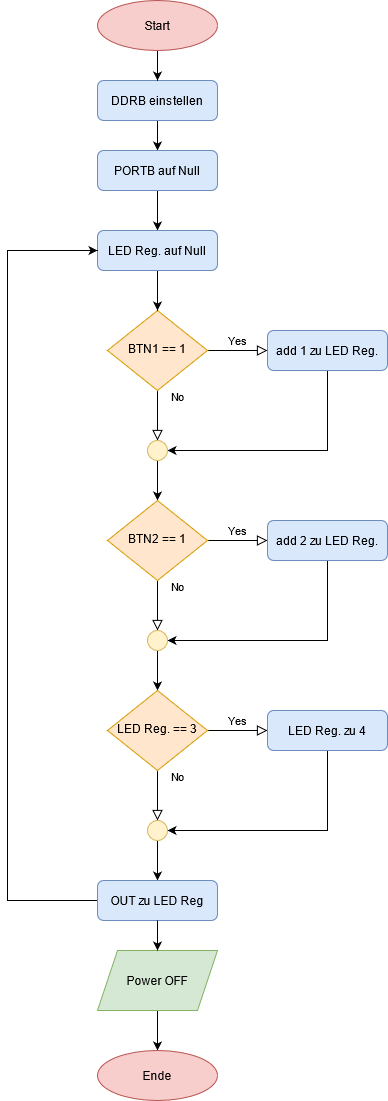
This is Lab1Auf2/screenshots/flowChart.png from ljelschen/mct-AVR, a draw.io export, as it was before one commit. Source tidied: cells renumbered, new cells last; positions are measured from the earlier drawing's top-left corner, leaving out a move shared by most shapes. Source of this version:
```xml
<mxGraphModel>
  <root>
    <mxCell id="0" />
    <mxCell id="1" parent="0" />
    <mxCell id="2" value="No" style="rounded=0;html=1;jettySize=auto;fontSize=11;endArrow=block;endFill=0;endSize=8;strokeWidth=1;shadow=0;labelBackgroundColor=none;edgeStyle=orthogonalEdgeStyle;" parent="1" edge="1" source="4">
      <mxGeometry x="-0.76" y="20" relative="1" as="geometry">
        <mxPoint x="150" y="440" as="targetPoint" />
      </mxGeometry>
    </mxCell>
    <mxCell id="3" value="&lt;div&gt;Yes&lt;/div&gt;" style="edgeStyle=orthogonalEdgeStyle;rounded=0;html=1;jettySize=auto;fontSize=11;endArrow=block;endFill=0;endSize=8;strokeWidth=1;shadow=0;labelBackgroundColor=none;" parent="1" edge="1" source="4" target="6">
      <mxGeometry y="10" relative="1" as="geometry" />
    </mxCell>
    <mxCell id="4" value="BTN1 == 1" style="rhombus;whiteSpace=wrap;html=1;shadow=0;fontFamily=Helvetica;fontSize=12;align=center;strokeWidth=1;spacing=6;spacingTop=-4;fillColor=#ffe6cc;strokeColor=#d79b00;" parent="1" vertex="1">
      <mxGeometry x="100" y="310" width="100" height="80" as="geometry" />
    </mxCell>
    <mxCell id="5" style="edgeStyle=orthogonalEdgeStyle;rounded=0;jettySize=auto;html=1;exitX=0.5;exitY=1;exitDx=0;exitDy=0;entryX=1;entryY=0.5;entryDx=0;entryDy=0;" parent="1" edge="1" source="6" target="16">
      <mxGeometry relative="1" as="geometry" />
    </mxCell>
    <mxCell id="6" value="add 1 zu LED Reg." style="rounded=1;whiteSpace=wrap;html=1;fontSize=12;glass=0;strokeWidth=1;shadow=0;fillColor=#dae8fc;strokeColor=#6c8ebf;" parent="1" vertex="1">
      <mxGeometry x="260" y="330" width="120" height="40" as="geometry" />
    </mxCell>
    <mxCell id="7" style="edgeStyle=orthogonalEdgeStyle;rounded=0;jettySize=auto;html=1;entryX=0.5;entryY=0;entryDx=0;entryDy=0;" parent="1" edge="1" source="8" target="10">
      <mxGeometry relative="1" as="geometry" />
    </mxCell>
    <mxCell id="8" value="DDRB einstellen" style="rounded=1;whiteSpace=wrap;html=1;fontSize=12;glass=0;strokeWidth=1;shadow=0;fillColor=#dae8fc;strokeColor=#6c8ebf;" parent="1" vertex="1">
      <mxGeometry x="90" y="80" width="120" height="40" as="geometry" />
    </mxCell>
    <mxCell id="9" style="edgeStyle=orthogonalEdgeStyle;rounded=0;jettySize=auto;html=1;" parent="1" edge="1" source="10" target="12">
      <mxGeometry relative="1" as="geometry" />
    </mxCell>
    <mxCell id="10" value="PORTB auf Null" style="rounded=1;whiteSpace=wrap;html=1;fontSize=12;glass=0;strokeWidth=1;shadow=0;fillColor=#dae8fc;strokeColor=#6c8ebf;" parent="1" vertex="1">
      <mxGeometry x="90" y="150" width="120" height="40" as="geometry" />
    </mxCell>
    <mxCell id="11" style="edgeStyle=orthogonalEdgeStyle;rounded=0;jettySize=auto;html=1;" parent="1" edge="1" source="12" target="4">
      <mxGeometry relative="1" as="geometry" />
    </mxCell>
    <mxCell id="12" value="LED Reg. auf Null" style="rounded=1;whiteSpace=wrap;html=1;fontSize=12;glass=0;strokeWidth=1;shadow=0;fillColor=#dae8fc;strokeColor=#6c8ebf;" parent="1" vertex="1">
      <mxGeometry x="90" y="230" width="120" height="40" as="geometry" />
    </mxCell>
    <mxCell id="13" style="edgeStyle=orthogonalEdgeStyle;rounded=0;jettySize=auto;html=1;entryX=0.5;entryY=0;entryDx=0;entryDy=0;" parent="1" edge="1" source="14" target="8">
      <mxGeometry relative="1" as="geometry" />
    </mxCell>
    <mxCell id="14" value="Start" style="ellipse;whiteSpace=wrap;html=1;fillColor=#f8cecc;strokeColor=#b85450;" parent="1" vertex="1">
      <mxGeometry x="90" width="120" height="50" as="geometry" />
    </mxCell>
    <mxCell id="15" style="edgeStyle=orthogonalEdgeStyle;rounded=0;jettySize=auto;html=1;" parent="1" edge="1" source="16" target="19">
      <mxGeometry relative="1" as="geometry" />
    </mxCell>
    <mxCell id="16" style="ellipse;whiteSpace=wrap;html=1;fillColor=#fff2cc;strokeColor=#d6b656;" parent="1" vertex="1">
      <mxGeometry x="140" y="440" width="20" height="20" as="geometry" />
    </mxCell>
    <mxCell id="17" value="No" style="rounded=0;html=1;jettySize=auto;fontSize=11;endArrow=block;endFill=0;endSize=8;strokeWidth=1;shadow=0;labelBackgroundColor=none;edgeStyle=orthogonalEdgeStyle;" parent="1" edge="1" source="19">
      <mxGeometry x="-0.76" y="20" relative="1" as="geometry">
        <mxPoint x="150" y="630" as="targetPoint" />
      </mxGeometry>
    </mxCell>
    <mxCell id="18" value="&lt;div&gt;Yes&lt;/div&gt;" style="edgeStyle=orthogonalEdgeStyle;rounded=0;html=1;jettySize=auto;fontSize=11;endArrow=block;endFill=0;endSize=8;strokeWidth=1;shadow=0;labelBackgroundColor=none;" parent="1" edge="1" source="19" target="21">
      <mxGeometry y="10" relative="1" as="geometry" />
    </mxCell>
    <mxCell id="19" value="BTN2 == 1" style="rhombus;whiteSpace=wrap;html=1;shadow=0;fontFamily=Helvetica;fontSize=12;align=center;strokeWidth=1;spacing=6;spacingTop=-4;fillColor=#ffe6cc;strokeColor=#d79b00;" parent="1" vertex="1">
      <mxGeometry x="100" y="500" width="100" height="80" as="geometry" />
    </mxCell>
    <mxCell id="20" style="edgeStyle=orthogonalEdgeStyle;rounded=0;jettySize=auto;html=1;exitX=0.5;exitY=1;exitDx=0;exitDy=0;entryX=1;entryY=0.5;entryDx=0;entryDy=0;" parent="1" edge="1" source="21" target="23">
      <mxGeometry relative="1" as="geometry" />
    </mxCell>
    <mxCell id="21" value="add 2 zu LED Reg." style="rounded=1;whiteSpace=wrap;html=1;fontSize=12;glass=0;strokeWidth=1;shadow=0;fillColor=#dae8fc;strokeColor=#6c8ebf;" parent="1" vertex="1">
      <mxGeometry x="260" y="520" width="120" height="40" as="geometry" />
    </mxCell>
    <mxCell id="22" style="edgeStyle=orthogonalEdgeStyle;rounded=0;jettySize=auto;html=1;" parent="1" edge="1" source="23" target="26">
      <mxGeometry relative="1" as="geometry" />
    </mxCell>
    <mxCell id="23" style="ellipse;whiteSpace=wrap;html=1;fillColor=#fff2cc;strokeColor=#d6b656;" parent="1" vertex="1">
      <mxGeometry x="140" y="630" width="20" height="20" as="geometry" />
    </mxCell>
    <mxCell id="24" value="No" style="rounded=0;html=1;jettySize=auto;fontSize=11;endArrow=block;endFill=0;endSize=8;strokeWidth=1;shadow=0;labelBackgroundColor=none;edgeStyle=orthogonalEdgeStyle;" parent="1" edge="1" source="26">
      <mxGeometry x="-0.76" y="20" relative="1" as="geometry">
        <mxPoint x="150" y="820" as="targetPoint" />
      </mxGeometry>
    </mxCell>
    <mxCell id="25" value="&lt;div&gt;Yes&lt;/div&gt;" style="edgeStyle=orthogonalEdgeStyle;rounded=0;html=1;jettySize=auto;fontSize=11;endArrow=block;endFill=0;endSize=8;strokeWidth=1;shadow=0;labelBackgroundColor=none;" parent="1" edge="1" source="26" target="28">
      <mxGeometry y="10" relative="1" as="geometry" />
    </mxCell>
    <mxCell id="26" value="LED Reg. == 3" style="rhombus;whiteSpace=wrap;html=1;shadow=0;fontFamily=Helvetica;fontSize=12;align=center;strokeWidth=1;spacing=6;spacingTop=-4;fillColor=#ffe6cc;strokeColor=#d79b00;" parent="1" vertex="1">
      <mxGeometry x="100" y="690" width="100" height="80" as="geometry" />
    </mxCell>
    <mxCell id="27" style="edgeStyle=orthogonalEdgeStyle;rounded=0;jettySize=auto;html=1;exitX=0.5;exitY=1;exitDx=0;exitDy=0;entryX=1;entryY=0.5;entryDx=0;entryDy=0;" parent="1" edge="1" source="28" target="30">
      <mxGeometry relative="1" as="geometry" />
    </mxCell>
    <mxCell id="28" value="LED Reg. zu 4" style="rounded=1;whiteSpace=wrap;html=1;fontSize=12;glass=0;strokeWidth=1;shadow=0;fillColor=#dae8fc;strokeColor=#6c8ebf;" parent="1" vertex="1">
      <mxGeometry x="260" y="710" width="120" height="40" as="geometry" />
    </mxCell>
    <mxCell id="29" style="edgeStyle=orthogonalEdgeStyle;rounded=0;jettySize=auto;html=1;entryX=0.5;entryY=0;entryDx=0;entryDy=0;" parent="1" edge="1" source="30" target="35">
      <mxGeometry relative="1" as="geometry" />
    </mxCell>
    <mxCell id="30" style="ellipse;whiteSpace=wrap;html=1;fillColor=#fff2cc;strokeColor=#d6b656;" parent="1" vertex="1">
      <mxGeometry x="140" y="820" width="20" height="20" as="geometry" />
    </mxCell>
    <mxCell id="31" style="edgeStyle=orthogonalEdgeStyle;rounded=0;jettySize=auto;html=1;" parent="1" edge="1" source="32" target="33">
      <mxGeometry relative="1" as="geometry" />
    </mxCell>
    <mxCell id="32" value="Power OFF" style="shape=parallelogram;perimeter=parallelogramPerimeter;whiteSpace=wrap;html=1;fixedSize=1;fillColor=#d5e8d4;strokeColor=#82b366;" parent="1" vertex="1">
      <mxGeometry x="90" y="950" width="120" height="60" as="geometry" />
    </mxCell>
    <mxCell id="33" value="Ende" style="ellipse;whiteSpace=wrap;html=1;fillColor=#f8cecc;strokeColor=#b85450;" parent="1" vertex="1">
      <mxGeometry x="90" y="1050" width="120" height="50" as="geometry" />
    </mxCell>
    <mxCell id="34" style="edgeStyle=orthogonalEdgeStyle;rounded=0;jettySize=auto;html=1;entryX=0;entryY=0.5;entryDx=0;entryDy=0;" parent="1" edge="1" source="35" target="12">
      <mxGeometry relative="1" as="geometry">
        <Array as="points">
          <mxPoint y="900" />
          <mxPoint y="250" />
        </Array>
      </mxGeometry>
    </mxCell>
    <mxCell id="35" value="OUT zu LED Reg" style="rounded=1;whiteSpace=wrap;html=1;fontSize=12;glass=0;strokeWidth=1;shadow=0;fillColor=#dae8fc;strokeColor=#6c8ebf;" parent="1" vertex="1">
      <mxGeometry x="90" y="880" width="120" height="40" as="geometry" />
    </mxCell>
    <mxCell id="36" style="endArrow=classic;html=1;exitX=0.5;exitY=1;exitDx=0;exitDy=0;" parent="1" edge="1" source="35" target="32">
      <mxGeometry relative="1" as="geometry" />
    </mxCell>
  </root>
</mxGraphModel>
```
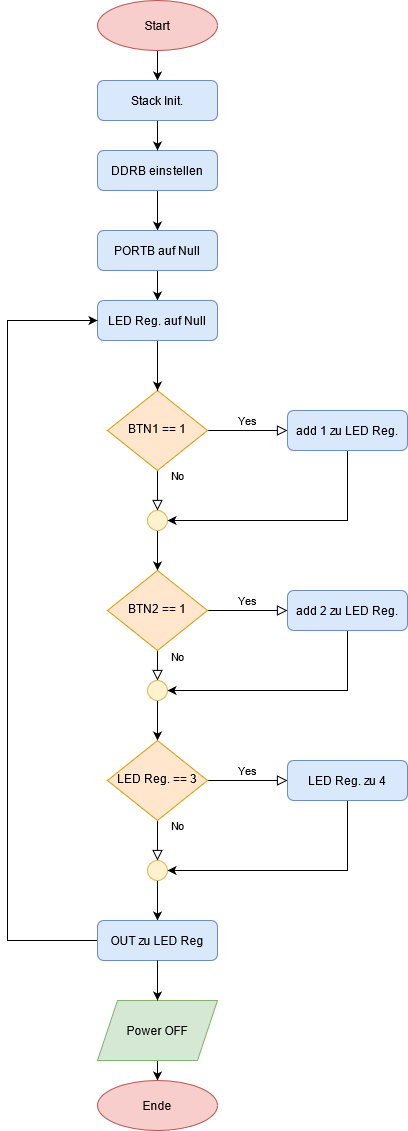
After the change.

Diff of the diagram source:
```diff
@@ -2,121 +2,121 @@
   <root>
     <mxCell id="0" />
     <mxCell id="1" parent="0" />
-    <mxCell id="2" value="No" style="rounded=0;html=1;jettySize=auto;fontSize=11;endArrow=block;endFill=0;endSize=8;strokeWidth=1;shadow=0;labelBackgroundColor=none;edgeStyle=orthogonalEdgeStyle;" parent="1" edge="1" source="4">
-      <mxGeometry x="-0.76" y="20" relative="1" as="geometry">
-        <mxPoint x="150" y="440" as="targetPoint" />
-      </mxGeometry>
+    <mxCell id="2" value="No" style="rounded=0;html=1;jettySize=auto;fontSize=11;endArrow=block;endFill=0;endSize=8;strokeWidth=1;shadow=0;labelBackgroundColor=none;edgeStyle=orthogonalEdgeStyle;entryX=0.5;entryY=0;entryDx=0;entryDy=0;" parent="1" edge="1" source="4" target="16">
+      <mxGeometry x="-0.76" y="20" relative="1" as="geometry" />
     </mxCell>
     <mxCell id="3" value="&lt;div&gt;Yes&lt;/div&gt;" style="edgeStyle=orthogonalEdgeStyle;rounded=0;html=1;jettySize=auto;fontSize=11;endArrow=block;endFill=0;endSize=8;strokeWidth=1;shadow=0;labelBackgroundColor=none;" parent="1" edge="1" source="4" target="6">
       <mxGeometry y="10" relative="1" as="geometry" />
     </mxCell>
     <mxCell id="4" value="BTN1 == 1" style="rhombus;whiteSpace=wrap;html=1;shadow=0;fontFamily=Helvetica;fontSize=12;align=center;strokeWidth=1;spacing=6;spacingTop=-4;fillColor=#ffe6cc;strokeColor=#d79b00;" parent="1" vertex="1">
-      <mxGeometry x="100" y="310" width="100" height="80" as="geometry" />
+      <mxGeometry x="100" y="370" width="100" height="80" as="geometry" />
     </mxCell>
     <mxCell id="5" style="edgeStyle=orthogonalEdgeStyle;rounded=0;jettySize=auto;html=1;exitX=0.5;exitY=1;exitDx=0;exitDy=0;entryX=1;entryY=0.5;entryDx=0;entryDy=0;" parent="1" edge="1" source="6" target="16">
       <mxGeometry relative="1" as="geometry" />
     </mxCell>
     <mxCell id="6" value="add 1 zu LED Reg." style="rounded=1;whiteSpace=wrap;html=1;fontSize=12;glass=0;strokeWidth=1;shadow=0;fillColor=#dae8fc;strokeColor=#6c8ebf;" parent="1" vertex="1">
-      <mxGeometry x="260" y="330" width="120" height="40" as="geometry" />
+      <mxGeometry x="280" y="390" width="120" height="40" as="geometry" />
     </mxCell>
     <mxCell id="7" style="edgeStyle=orthogonalEdgeStyle;rounded=0;jettySize=auto;html=1;entryX=0.5;entryY=0;entryDx=0;entryDy=0;" parent="1" edge="1" source="8" target="10">
       <mxGeometry relative="1" as="geometry" />
     </mxCell>
     <mxCell id="8" value="DDRB einstellen" style="rounded=1;whiteSpace=wrap;html=1;fontSize=12;glass=0;strokeWidth=1;shadow=0;fillColor=#dae8fc;strokeColor=#6c8ebf;" parent="1" vertex="1">
-      <mxGeometry x="90" y="80" width="120" height="40" as="geometry" />
+      <mxGeometry x="90" y="130" width="120" height="40" as="geometry" />
     </mxCell>
     <mxCell id="9" style="edgeStyle=orthogonalEdgeStyle;rounded=0;jettySize=auto;html=1;" parent="1" edge="1" source="10" target="12">
       <mxGeometry relative="1" as="geometry" />
     </mxCell>
     <mxCell id="10" value="PORTB auf Null" style="rounded=1;whiteSpace=wrap;html=1;fontSize=12;glass=0;strokeWidth=1;shadow=0;fillColor=#dae8fc;strokeColor=#6c8ebf;" parent="1" vertex="1">
-      <mxGeometry x="90" y="150" width="120" height="40" as="geometry" />
+      <mxGeometry x="90" y="210" width="120" height="40" as="geometry" />
     </mxCell>
     <mxCell id="11" style="edgeStyle=orthogonalEdgeStyle;rounded=0;jettySize=auto;html=1;" parent="1" edge="1" source="12" target="4">
       <mxGeometry relative="1" as="geometry" />
     </mxCell>
     <mxCell id="12" value="LED Reg. auf Null" style="rounded=1;whiteSpace=wrap;html=1;fontSize=12;glass=0;strokeWidth=1;shadow=0;fillColor=#dae8fc;strokeColor=#6c8ebf;" parent="1" vertex="1">
-      <mxGeometry x="90" y="230" width="120" height="40" as="geometry" />
+      <mxGeometry x="90" y="280" width="120" height="40" as="geometry" />
     </mxCell>
-    <mxCell id="13" style="edgeStyle=orthogonalEdgeStyle;rounded=0;jettySize=auto;html=1;entryX=0.5;entryY=0;entryDx=0;entryDy=0;" parent="1" edge="1" source="14" target="8">
-      <mxGeometry relative="1" as="geometry" />
-    </mxCell>
+    <mxCell id="37" style="edgeStyle=orthogonalEdgeStyle;rounded=0;jettySize=auto;html=1;entryX=0.5;entryY=0;entryDx=0;entryDy=0;" parent="1" edge="1" source="14" target="39">
+      <mxGeometry relative="1" as="geometry" />
+    </mxCell>
     <mxCell id="14" value="Start" style="ellipse;whiteSpace=wrap;html=1;fillColor=#f8cecc;strokeColor=#b85450;" parent="1" vertex="1">
-      <mxGeometry x="90" width="120" height="50" as="geometry" />
+      <mxGeometry x="90" y="-20" width="120" height="50" as="geometry" />
     </mxCell>
     <mxCell id="15" style="edgeStyle=orthogonalEdgeStyle;rounded=0;jettySize=auto;html=1;" parent="1" edge="1" source="16" target="19">
       <mxGeometry relative="1" as="geometry" />
     </mxCell>
     <mxCell id="16" style="ellipse;whiteSpace=wrap;html=1;fillColor=#fff2cc;strokeColor=#d6b656;" parent="1" vertex="1">
-      <mxGeometry x="140" y="440" width="20" height="20" as="geometry" />
+      <mxGeometry x="140" y="490" width="20" height="20" as="geometry" />
     </mxCell>
-    <mxCell id="17" value="No" style="rounded=0;html=1;jettySize=auto;fontSize=11;endArrow=block;endFill=0;endSize=8;strokeWidth=1;shadow=0;labelBackgroundColor=none;edgeStyle=orthogonalEdgeStyle;" parent="1" edge="1" source="19">
-      <mxGeometry x="-0.76" y="20" relative="1" as="geometry">
-        <mxPoint x="150" y="630" as="targetPoint" />
-      </mxGeometry>
+    <mxCell id="17" value="No" style="rounded=0;html=1;jettySize=auto;fontSize=11;endArrow=block;endFill=0;endSize=8;strokeWidth=1;shadow=0;labelBackgroundColor=none;edgeStyle=orthogonalEdgeStyle;entryX=0.5;entryY=0;entryDx=0;entryDy=0;" parent="1" edge="1" source="19" target="23">
+      <mxGeometry x="-0.76" y="20" relative="1" as="geometry" />
     </mxCell>
     <mxCell id="18" value="&lt;div&gt;Yes&lt;/div&gt;" style="edgeStyle=orthogonalEdgeStyle;rounded=0;html=1;jettySize=auto;fontSize=11;endArrow=block;endFill=0;endSize=8;strokeWidth=1;shadow=0;labelBackgroundColor=none;" parent="1" edge="1" source="19" target="21">
       <mxGeometry y="10" relative="1" as="geometry" />
     </mxCell>
     <mxCell id="19" value="BTN2 == 1" style="rhombus;whiteSpace=wrap;html=1;shadow=0;fontFamily=Helvetica;fontSize=12;align=center;strokeWidth=1;spacing=6;spacingTop=-4;fillColor=#ffe6cc;strokeColor=#d79b00;" parent="1" vertex="1">
-      <mxGeometry x="100" y="500" width="100" height="80" as="geometry" />
+      <mxGeometry x="100" y="550" width="100" height="80" as="geometry" />
     </mxCell>
     <mxCell id="20" style="edgeStyle=orthogonalEdgeStyle;rounded=0;jettySize=auto;html=1;exitX=0.5;exitY=1;exitDx=0;exitDy=0;entryX=1;entryY=0.5;entryDx=0;entryDy=0;" parent="1" edge="1" source="21" target="23">
       <mxGeometry relative="1" as="geometry" />
     </mxCell>
     <mxCell id="21" value="add 2 zu LED Reg." style="rounded=1;whiteSpace=wrap;html=1;fontSize=12;glass=0;strokeWidth=1;shadow=0;fillColor=#dae8fc;strokeColor=#6c8ebf;" parent="1" vertex="1">
-      <mxGeometry x="260" y="520" width="120" height="40" as="geometry" />
+      <mxGeometry x="280" y="570" width="120" height="40" as="geometry" />
     </mxCell>
     <mxCell id="22" style="edgeStyle=orthogonalEdgeStyle;rounded=0;jettySize=auto;html=1;" parent="1" edge="1" source="23" target="26">
       <mxGeometry relative="1" as="geometry" />
     </mxCell>
     <mxCell id="23" style="ellipse;whiteSpace=wrap;html=1;fillColor=#fff2cc;strokeColor=#d6b656;" parent="1" vertex="1">
-      <mxGeometry x="140" y="630" width="20" height="20" as="geometry" />
+      <mxGeometry x="140" y="660" width="20" height="20" as="geometry" />
     </mxCell>
-    <mxCell id="24" value="No" style="rounded=0;html=1;jettySize=auto;fontSize=11;endArrow=block;endFill=0;endSize=8;strokeWidth=1;shadow=0;labelBackgroundColor=none;edgeStyle=orthogonalEdgeStyle;" parent="1" edge="1" source="26">
-      <mxGeometry x="-0.76" y="20" relative="1" as="geometry">
-        <mxPoint x="150" y="820" as="targetPoint" />
-      </mxGeometry>
+    <mxCell id="24" value="No" style="rounded=0;html=1;jettySize=auto;fontSize=11;endArrow=block;endFill=0;endSize=8;strokeWidth=1;shadow=0;labelBackgroundColor=none;edgeStyle=orthogonalEdgeStyle;entryX=0.5;entryY=0;entryDx=0;entryDy=0;" parent="1" edge="1" source="26" target="30">
+      <mxGeometry x="-0.76" y="20" relative="1" as="geometry" />
     </mxCell>
     <mxCell id="25" value="&lt;div&gt;Yes&lt;/div&gt;" style="edgeStyle=orthogonalEdgeStyle;rounded=0;html=1;jettySize=auto;fontSize=11;endArrow=block;endFill=0;endSize=8;strokeWidth=1;shadow=0;labelBackgroundColor=none;" parent="1" edge="1" source="26" target="28">
       <mxGeometry y="10" relative="1" as="geometry" />
     </mxCell>
     <mxCell id="26" value="LED Reg. == 3" style="rhombus;whiteSpace=wrap;html=1;shadow=0;fontFamily=Helvetica;fontSize=12;align=center;strokeWidth=1;spacing=6;spacingTop=-4;fillColor=#ffe6cc;strokeColor=#d79b00;" parent="1" vertex="1">
-      <mxGeometry x="100" y="690" width="100" height="80" as="geometry" />
+      <mxGeometry x="100" y="720" width="100" height="80" as="geometry" />
     </mxCell>
     <mxCell id="27" style="edgeStyle=orthogonalEdgeStyle;rounded=0;jettySize=auto;html=1;exitX=0.5;exitY=1;exitDx=0;exitDy=0;entryX=1;entryY=0.5;entryDx=0;entryDy=0;" parent="1" edge="1" source="28" target="30">
       <mxGeometry relative="1" as="geometry" />
     </mxCell>
     <mxCell id="28" value="LED Reg. zu 4" style="rounded=1;whiteSpace=wrap;html=1;fontSize=12;glass=0;strokeWidth=1;shadow=0;fillColor=#dae8fc;strokeColor=#6c8ebf;" parent="1" vertex="1">
-      <mxGeometry x="260" y="710" width="120" height="40" as="geometry" />
+      <mxGeometry x="280" y="740" width="120" height="40" as="geometry" />
     </mxCell>
     <mxCell id="29" style="edgeStyle=orthogonalEdgeStyle;rounded=0;jettySize=auto;html=1;entryX=0.5;entryY=0;entryDx=0;entryDy=0;" parent="1" edge="1" source="30" target="35">
       <mxGeometry relative="1" as="geometry" />
     </mxCell>
     <mxCell id="30" style="ellipse;whiteSpace=wrap;html=1;fillColor=#fff2cc;strokeColor=#d6b656;" parent="1" vertex="1">
-      <mxGeometry x="140" y="820" width="20" height="20" as="geometry" />
+      <mxGeometry x="140" y="840" width="20" height="20" as="geometry" />
     </mxCell>
     <mxCell id="31" style="edgeStyle=orthogonalEdgeStyle;rounded=0;jettySize=auto;html=1;" parent="1" edge="1" source="32" target="33">
       <mxGeometry relative="1" as="geometry" />
     </mxCell>
     <mxCell id="32" value="Power OFF" style="shape=parallelogram;perimeter=parallelogramPerimeter;whiteSpace=wrap;html=1;fixedSize=1;fillColor=#d5e8d4;strokeColor=#82b366;" parent="1" vertex="1">
-      <mxGeometry x="90" y="950" width="120" height="60" as="geometry" />
+      <mxGeometry x="90" y="980" width="120" height="60" as="geometry" />
     </mxCell>
     <mxCell id="33" value="Ende" style="ellipse;whiteSpace=wrap;html=1;fillColor=#f8cecc;strokeColor=#b85450;" parent="1" vertex="1">
-      <mxGeometry x="90" y="1050" width="120" height="50" as="geometry" />
+      <mxGeometry x="90" y="1060" width="120" height="50" as="geometry" />
     </mxCell>
     <mxCell id="34" style="edgeStyle=orthogonalEdgeStyle;rounded=0;jettySize=auto;html=1;entryX=0;entryY=0.5;entryDx=0;entryDy=0;" parent="1" edge="1" source="35" target="12">
       <mxGeometry relative="1" as="geometry">
         <Array as="points">
-          <mxPoint y="900" />
-          <mxPoint y="250" />
+          <mxPoint y="920" />
+          <mxPoint y="300" />
         </Array>
       </mxGeometry>
     </mxCell>
     <mxCell id="35" value="OUT zu LED Reg" style="rounded=1;whiteSpace=wrap;html=1;fontSize=12;glass=0;strokeWidth=1;shadow=0;fillColor=#dae8fc;strokeColor=#6c8ebf;" parent="1" vertex="1">
-      <mxGeometry x="90" y="880" width="120" height="40" as="geometry" />
+      <mxGeometry x="90" y="900" width="120" height="40" as="geometry" />
     </mxCell>
     <mxCell id="36" style="endArrow=classic;html=1;exitX=0.5;exitY=1;exitDx=0;exitDy=0;" parent="1" edge="1" source="35" target="32">
       <mxGeometry relative="1" as="geometry" />
     </mxCell>
+    <mxCell id="38" style="edgeStyle=orthogonalEdgeStyle;rounded=0;jettySize=auto;html=1;entryX=0.5;entryY=0;entryDx=0;entryDy=0;" parent="1" edge="1" source="39" target="8">
+      <mxGeometry relative="1" as="geometry" />
+    </mxCell>
+    <mxCell id="39" value="Stack Init." style="rounded=1;whiteSpace=wrap;html=1;fontSize=12;glass=0;strokeWidth=1;shadow=0;fillColor=#dae8fc;strokeColor=#6c8ebf;" parent="1" vertex="1">
+      <mxGeometry x="90" y="60" width="120" height="40" as="geometry" />
+    </mxCell>
   </root>
 </mxGraphModel>
```
